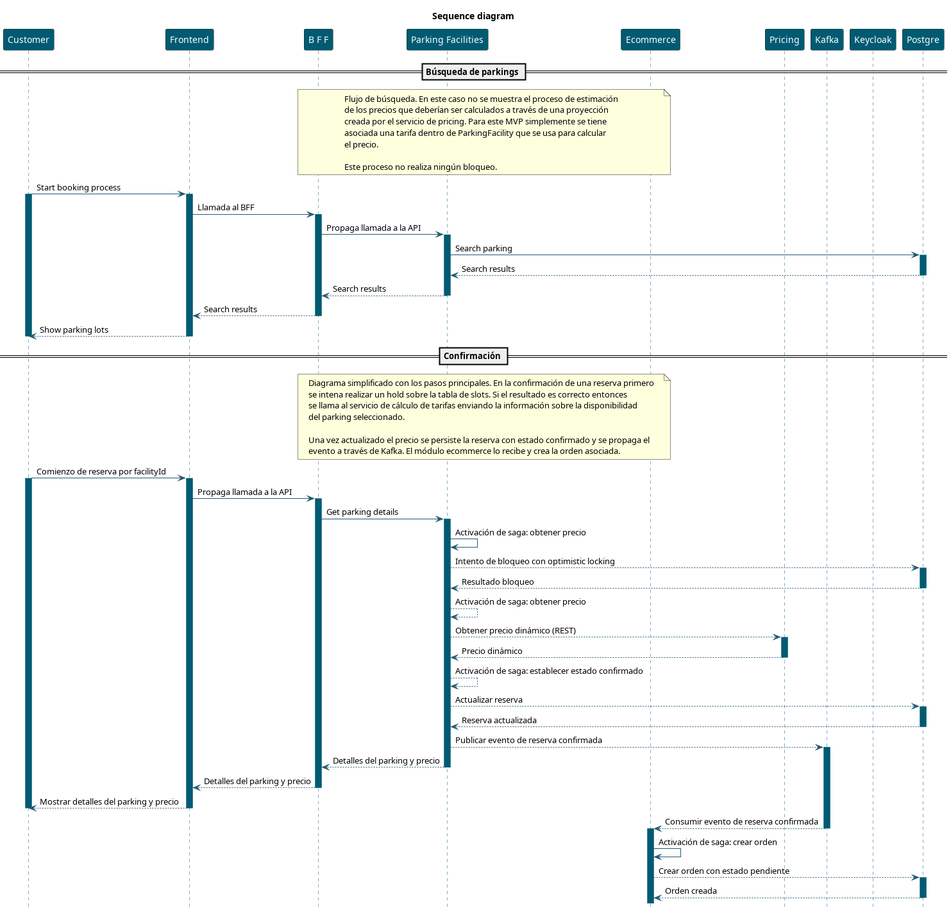
Above: docs/diagrams/sequence-diagram-01.png in labcabrera/parking-reservation-system (PlantUML), before the change.
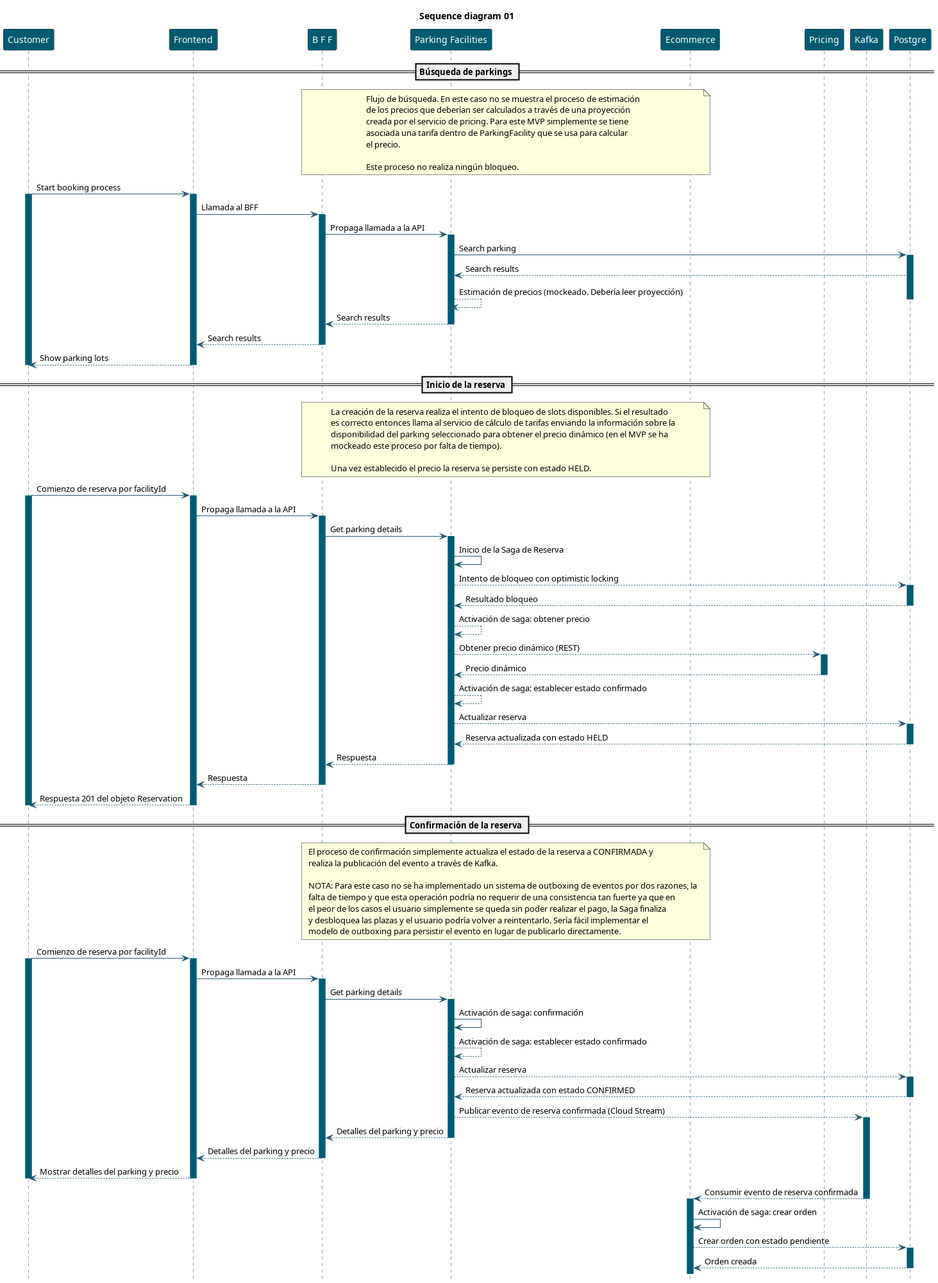
The same diagram one commit later.

The edit, as a diff of the source:
```diff
@@ -1,5 +1,5 @@
-@startuml sequence-diagram
-title Sequence diagram
+@startuml sequence-diagram-01
+title Sequence diagram 01
 hide footbox
 
 skinparam sequence {
@@ -10,7 +10,6 @@
     LifeLineBackgroundColor #005b72
 }
 
-
 participant "Customer" as Customer
 participant "Frontend" as Frontend
 participant "B F F" as BFF
@@ -18,7 +17,6 @@
 participant "Ecommerce" as Ecommerce
 participant "Pricing" as Pricing
 participant "Kafka" as Kafka
-participant "Keycloak" as Keycloak
 participant "Postgre" as Postgre
 
 == Búsqueda de parkings ==
@@ -43,6 +41,7 @@
 ParkingFacilities -> Postgre : Search parking
 activate Postgre
 Postgre --> ParkingFacilities : Search results
+ParkingFacilities --> ParkingFacilities: Estimación de precios (mockeado. Debería leer proyección)
 deactivate Postgre
 ParkingFacilities --> BFF : Search results
 deactivate ParkingFacilities
@@ -52,16 +51,15 @@
 deactivate Customer
 deactivate Frontend
 
-== Confirmación ==
+== Inicio de la reserva ==
 
 note over BFF,Ecommerce
-Diagrama simplificado con los pasos principales. En la confirmación de una reserva primero
-se intena realizar un hold sobre la tabla de slots. Si el resultado es correcto entonces
-se llama al servicio de cálculo de tarifas enviando la información sobre la disponibilidad
-del parking seleccionado.
+La creación de la reserva realiza el intento de bloqueo de slots disponibles. Si el resultado
+es correcto entonces llama al servicio de cálculo de tarifas enviando la información sobre la
+disponibilidad del parking seleccionado para obtener el precio dinámico (en el MVP se ha
+mockeado este proceso por falta de tiempo).
 
-Una vez actualizado el precio se persiste la reserva con estado confirmado y se propaga el
-evento a través de Kafka. El módulo ecommerce lo recibe y crea la orden asociada.
+Una vez establecido el precio la reserva se persiste con estado HELD.
 end note
 
 Customer -> Frontend: Comienzo de reserva por facilityId
@@ -71,7 +69,7 @@
 activate BFF
 BFF -> ParkingFacilities : Get parking details
 activate ParkingFacilities
-ParkingFacilities -> ParkingFacilities: Activación de saga: obtener precio
+ParkingFacilities -> ParkingFacilities: Inicio de la Saga de Reserva
 ParkingFacilities --> Postgre : Intento de bloqueo con optimistic locking
 activate Postgre
 Postgre --> ParkingFacilities : Resultado bloqueo
@@ -84,9 +82,43 @@
 ParkingFacilities --> ParkingFacilities: Activación de saga: establecer estado confirmado
 ParkingFacilities --> Postgre : Actualizar reserva
 activate Postgre
-Postgre --> ParkingFacilities : Reserva actualizada
+Postgre --> ParkingFacilities : Reserva actualizada con estado HELD
 deactivate Postgre
-ParkingFacilities --> Kafka : Publicar evento de reserva confirmada
+ParkingFacilities --> BFF : Respuesta
+deactivate ParkingFacilities
+BFF --> Frontend : Respuesta
+deactivate BFF
+Frontend --> Customer : Respuesta 201 del objeto Reservation
+deactivate Frontend
+deactivate Customer
+
+== Confirmación de la reserva ==
+
+note over BFF,Ecommerce
+El proceso de confirmación simplemente actualiza el estado de la reserva a CONFIRMADA y
+realiza la publicación del evento a través de Kafka.
+
+NOTA: Para este caso no se ha implementado un sistema de outboxing de eventos por dos razones, la
+falta de tiempo y que esta operación podría no requerir de una consistencia tan fuerte ya que en
+el peor de los casos el usuario simplemente se queda sin poder realizar el pago, la Saga finaliza
+y desbloquea las plazas y el usuario podría volver a reintentarlo. Sería fácil implementar el
+modelo de outboxing para persistir el evento en lugar de publicarlo directamente.
+end note
+
+Customer -> Frontend: Comienzo de reserva por facilityId
+activate Customer
+activate Frontend
+Frontend -> BFF : Propaga llamada a la API
+activate BFF
+BFF -> ParkingFacilities : Get parking details
+activate ParkingFacilities
+ParkingFacilities -> ParkingFacilities: Activación de saga: confirmación
+ParkingFacilities --> ParkingFacilities: Activación de saga: establecer estado confirmado
+ParkingFacilities --> Postgre : Actualizar reserva
+activate Postgre
+Postgre --> ParkingFacilities : Reserva actualizada con estado CONFIRMED
+deactivate Postgre
+ParkingFacilities --> Kafka : Publicar evento de reserva confirmada (Cloud Stream)
 activate Kafka
 ParkingFacilities --> BFF : Detalles del parking y precio
 deactivate ParkingFacilities
```
